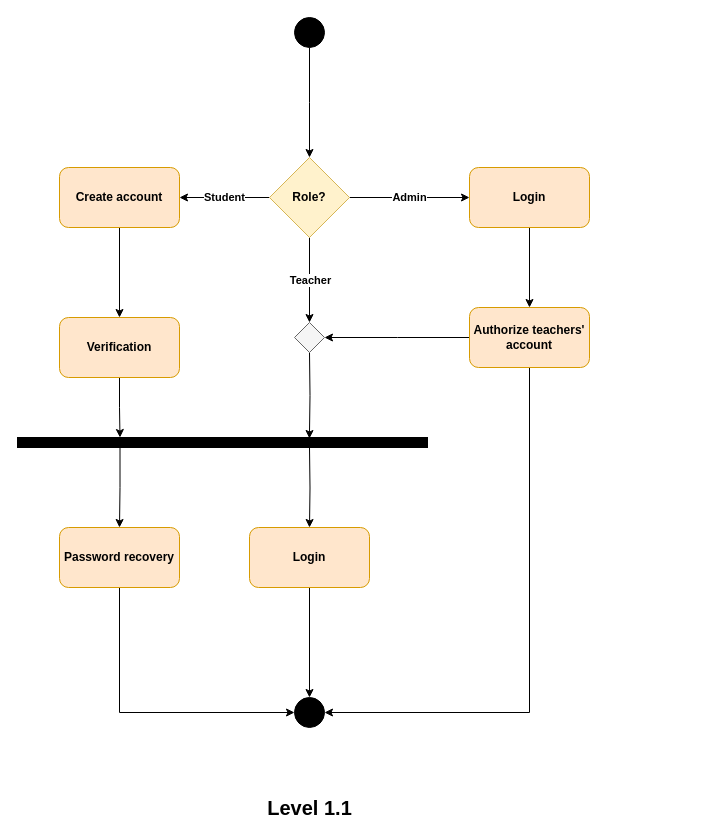
The draw.io diagram page "Activity 1.1" (13 of 21) of Diagrams.drawio in shirrsho/E-shcool, before the edit. Source tidied: cells renumbered, new cells numbered last; positions are measured from the earlier drawing's top-left corner, leaving out a move shared by most shapes. Both pictures are drawn from the tidied source at 100%, with x=0, y=0 at pixel (17, 17).
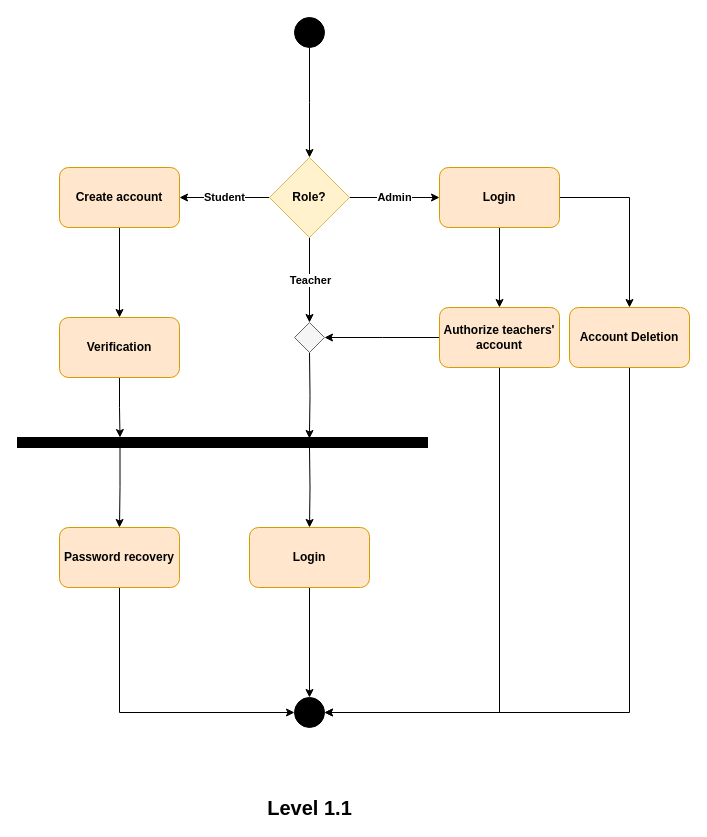
The same diagram, later.

Unchanged cells that the change refers to:
```xml
<mxCell id="26" style="ellipse;shape=doubleEllipse;html=1;dashed=0;whitespace=wrap;fontStyle=1;fillColor=#000000;" parent="1" vertex="1">
  <mxGeometry x="277" y="680" width="30" height="30" as="geometry" />
</mxCell>
```

Diff of the diagram source:
```diff
@@
+    <mxCell id="29" style="edgeStyle=orthogonalEdgeStyle;rounded=0;jettySize=auto;html=1;exitX=1;exitY=0.5;exitDx=0;exitDy=0;" parent="1" edge="1" source="21" target="31">
+      <mxGeometry relative="1" as="geometry" />
+    </mxCell>
     <mxCell id="21" value="Login" style="rounded=1;whiteSpace=wrap;html=1;fontStyle=1;fillColor=#ffe6cc;strokeColor=#d79b00;" parent="1" vertex="1">
-      <mxGeometry x="452" y="150" width="120" height="60" as="geometry" />
+      <mxGeometry x="422" y="150" width="120" height="60" as="geometry" />
     </mxCell>
@@
-    <mxCell id="23" style="edgeStyle=orthogonalEdgeStyle;rounded=0;jettySize=auto;html=1;entryX=1;entryY=0.5;entryDx=0;entryDy=0;fontStyle=1;" parent="1" edge="1" source="24" target="26">
+    <mxCell id="23" style="edgeStyle=orthogonalEdgeStyle;rounded=0;jettySize=auto;html=1;entryX=1;entryY=0.5;entryDx=0;entryDy=0;fontStyle=1;exitX=0.5;exitY=1;exitDx=0;exitDy=0;" parent="1" edge="1" source="24" target="26">
       <mxGeometry relative="1" as="geometry">
         <Array as="points">
-          <mxPoint x="512" y="695" />
+          <mxPoint x="482" y="695" />
         </Array>
       </mxGeometry>
     </mxCell>
     <mxCell id="24" value="Authorize teachers' account" style="rounded=1;whiteSpace=wrap;html=1;fontStyle=1;fillColor=#ffe6cc;strokeColor=#d79b00;" parent="1" vertex="1">
-      <mxGeometry x="452" y="290" width="120" height="60" as="geometry" />
+      <mxGeometry x="422" y="290" width="120" height="60" as="geometry" />
     </mxCell>
@@
+    <mxCell id="30" style="edgeStyle=orthogonalEdgeStyle;rounded=0;jettySize=auto;html=1;entryX=1;entryY=0.5;entryDx=0;entryDy=0;" parent="1" edge="1" source="31" target="26">
+      <mxGeometry relative="1" as="geometry">
+        <Array as="points">
+          <mxPoint x="612" y="695" />
+        </Array>
+      </mxGeometry>
+    </mxCell>
@@
+    <mxCell id="31" value="Account Deletion" style="rounded=1;whiteSpace=wrap;html=1;fontStyle=1;fillColor=#ffe6cc;strokeColor=#d79b00;" parent="1" vertex="1">
+      <mxGeometry x="552" y="290" width="120" height="60" as="geometry" />
+    </mxCell>
```
